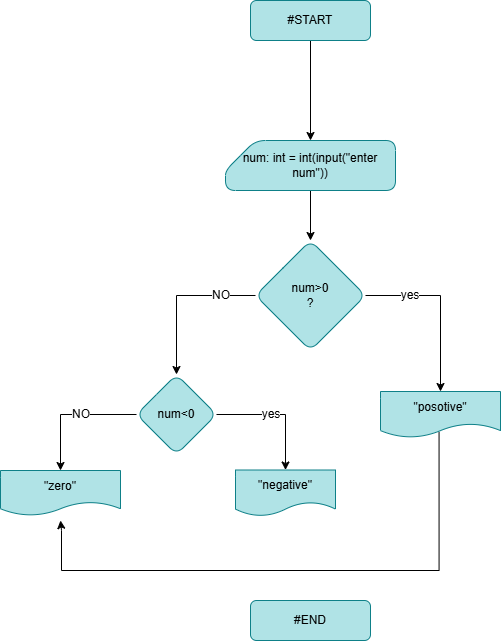
Earlier version of the draw.io export elif.diag.png (mayalis2002/Class-Practice). Source tidied: cells renumbered, new cells last; positions are measured from the earlier drawing's top-left corner, leaving out a move shared by most shapes.
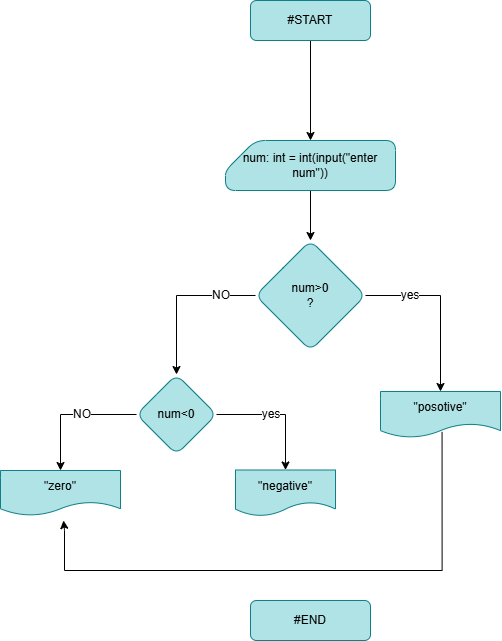
After the change.

The edit, as a diff of the source:
```diff
@@ -32,14 +32,15 @@
     <mxCell id="11" value="num&amp;lt;0" style="rhombus;whiteSpace=wrap;html=1;rounded=1;strokeColor=#0e8088;align=center;verticalAlign=middle;fontFamily=Helvetica;fontSize=12;fontColor=default;fillColor=#b0e3e6;" parent="1" vertex="1">
       <mxGeometry x="136" y="374" width="80" height="80" as="geometry" />
     </mxCell>
-    <mxCell id="12" style="edgeStyle=orthogonalEdgeStyle;rounded=0;jettySize=auto;html=1;fontFamily=Helvetica;fontSize=12;fontColor=default;exitX=0.488;exitY=0.878;exitDx=0;exitDy=0;exitPerimeter=0;" parent="1" edge="1" source="13">
+    <mxCell id="12" style="edgeStyle=orthogonalEdgeStyle;rounded=0;orthogonalLoop=1;jettySize=auto;html=1;fontFamily=Helvetica;fontSize=12;fontColor=default;exitX=0.488;exitY=0.878;exitDx=0;exitDy=0;exitPerimeter=0;" parent="1" edge="1">
       <mxGeometry relative="1" as="geometry">
-        <mxPoint x="60" y="520" as="targetPoint" />
+        <mxPoint x="441.6" y="431.4" as="sourcePoint" />
+        <mxPoint x="63" y="520" as="targetPoint" />
         <Array as="points">
-          <mxPoint x="439" y="570" />
-          <mxPoint x="61" y="570" />
-          <mxPoint x="61" y="530" />
-          <mxPoint x="60" y="530" />
+          <mxPoint x="442" y="570" />
+          <mxPoint x="64" y="570" />
+          <mxPoint x="64" y="530" />
+          <mxPoint x="63" y="530" />
         </Array>
       </mxGeometry>
     </mxCell>
```
